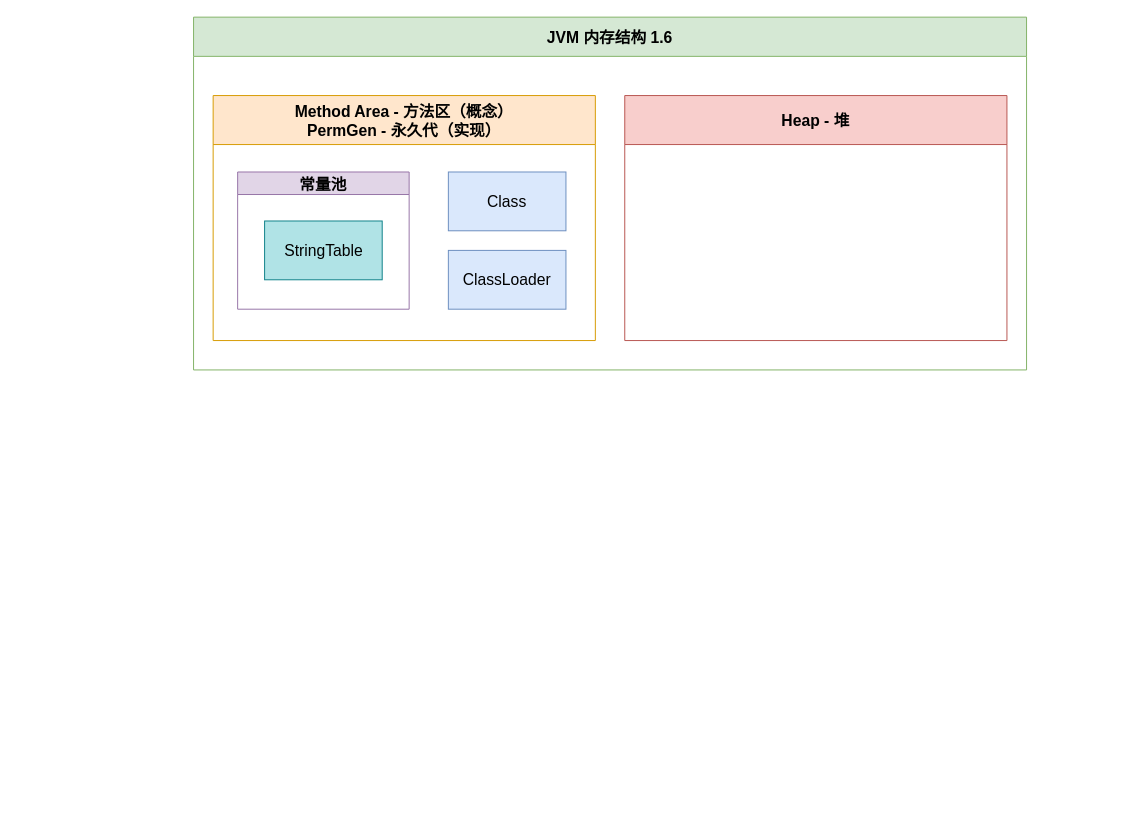
The draw.io diagram assets/JVM内存结构.drawio in chiangwanyi/Notes, before the edit. Source tidied: cells renumbered, new cells numbered last; positions are measured from the earlier drawing's top-left corner, leaving out a move shared by most shapes. Both pictures are drawn from the tidied source at 98%, with x=0, y=0 at pixel (193, 17).
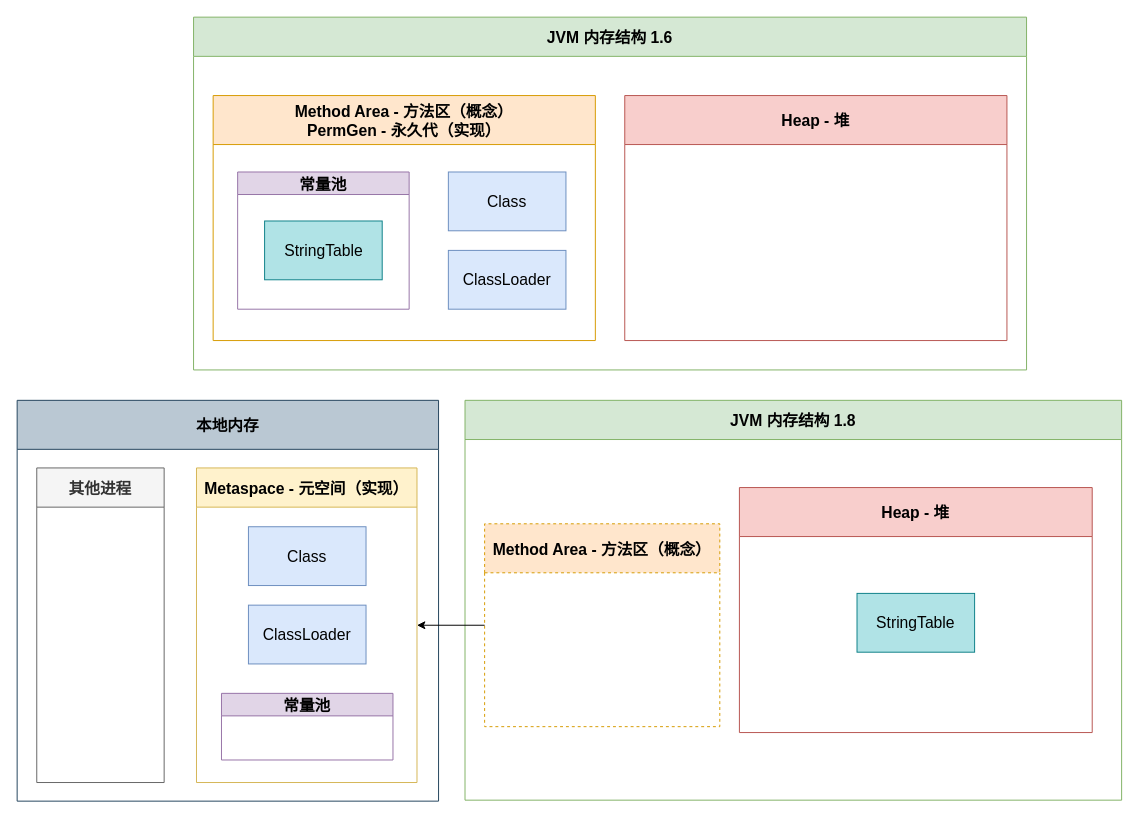
After the change.

Commit message:
更新JVM内存结构.drawio

What changed in the source:
```diff
@@
 <mxGraphModel>
   <root>
     <mxCell id="0" />
     <mxCell id="1" parent="0" />
     <mxCell id="2" value="JVM 内存结构 1.6" style="swimlane;fontSize=16;startSize=40;labelBackgroundColor=none;fillColor=#d5e8d4;strokeColor=#82b366;swimlaneLine=1;swimlaneFillColor=default;" parent="1" vertex="1">
       <mxGeometry width="850" height="360" as="geometry" />
     </mxCell>
     <mxCell id="3" value="Method Area - 方法区（概念）&#10;PermGen - 永久代（实现）" style="swimlane;startSize=50;fontSize=16;fillColor=#ffe6cc;strokeColor=#d79b00;" parent="2" vertex="1">
       <mxGeometry x="20" y="80" width="390" height="250" as="geometry" />
     </mxCell>
     <mxCell id="4" value="常量池" style="swimlane;fontSize=16;fillColor=#e1d5e7;strokeColor=#9673a6;" parent="3" vertex="1">
       <mxGeometry x="25" y="78" width="175" height="140" as="geometry" />
     </mxCell>
     <mxCell id="5" value="StringTable" style="rounded=0;whiteSpace=wrap;html=1;fontSize=16;fillColor=#b0e3e6;strokeColor=#0e8088;" parent="4" vertex="1">
       <mxGeometry x="27.5" y="50" width="120" height="60" as="geometry" />
     </mxCell>
     <mxCell id="6" value="Class" style="rounded=0;whiteSpace=wrap;html=1;fontSize=16;fillColor=#dae8fc;strokeColor=#6c8ebf;" parent="3" vertex="1">
       <mxGeometry x="240" y="78" width="120" height="60" as="geometry" />
     </mxCell>
     <mxCell id="7" value="ClassLoader" style="rounded=0;whiteSpace=wrap;html=1;fontSize=16;fillColor=#dae8fc;strokeColor=#6c8ebf;" parent="3" vertex="1">
       <mxGeometry x="240" y="158" width="120" height="60" as="geometry" />
     </mxCell>
     <mxCell id="8" value="Heap - 堆" style="swimlane;startSize=50;fontSize=16;fillColor=#f8cecc;strokeColor=#b85450;" parent="2" vertex="1">
       <mxGeometry x="440" y="80" width="390" height="250" as="geometry" />
     </mxCell>
+    <mxCell id="9" value="JVM 内存结构 1.8" style="swimlane;fontSize=16;startSize=40;labelBackgroundColor=none;fillColor=#d5e8d4;strokeColor=#82b366;swimlaneLine=1;swimlaneFillColor=default;" parent="1" vertex="1">
+      <mxGeometry x="277" y="391" width="670" height="408" as="geometry" />
+    </mxCell>
+    <mxCell id="10" value="Heap - 堆" style="swimlane;startSize=50;fontSize=16;fillColor=#f8cecc;strokeColor=#b85450;" parent="9" vertex="1">
+      <mxGeometry x="280" y="89" width="360" height="250" as="geometry" />
+    </mxCell>
+    <mxCell id="11" value="StringTable" style="rounded=0;whiteSpace=wrap;html=1;fontSize=16;fillColor=#b0e3e6;strokeColor=#0e8088;" parent="10" vertex="1">
+      <mxGeometry x="120" y="108" width="120" height="60" as="geometry" />
+    </mxCell>
+    <mxCell id="12" value="Method Area - 方法区（概念）" style="swimlane;labelBackgroundColor=none;fontSize=16;fillColor=#ffe6cc;startSize=50;dashed=1;strokeColor=#d79b00;" parent="9" vertex="1">
+      <mxGeometry x="20" y="126" width="240" height="207" as="geometry" />
+    </mxCell>
+    <mxCell id="13" value="本地内存" style="swimlane;startSize=50;fontSize=16;fillColor=#bac8d3;strokeColor=#23445d;" parent="1" vertex="1">
+      <mxGeometry x="-180" y="391" width="430" height="409" as="geometry" />
+    </mxCell>
+    <mxCell id="14" value="Metaspace - 元空间（实现）" style="swimlane;fontSize=16;fillColor=#fff2cc;strokeColor=#d6b656;startSize=40;" parent="13" vertex="1">
+      <mxGeometry x="183" y="69" width="225" height="321" as="geometry" />
+    </mxCell>
+    <mxCell id="15" value="Class" style="rounded=0;whiteSpace=wrap;html=1;fontSize=16;fillColor=#dae8fc;strokeColor=#6c8ebf;" parent="14" vertex="1">
+      <mxGeometry x="53" y="60" width="120" height="60" as="geometry" />
+    </mxCell>
+    <mxCell id="16" value="ClassLoader" style="rounded=0;whiteSpace=wrap;html=1;fontSize=16;fillColor=#dae8fc;strokeColor=#6c8ebf;" parent="14" vertex="1">
+      <mxGeometry x="53" y="140" width="120" height="60" as="geometry" />
+    </mxCell>
+    <mxCell id="17" value="常量池" style="swimlane;fontSize=16;fillColor=#e1d5e7;strokeColor=#9673a6;" parent="14" vertex="1">
+      <mxGeometry x="25.5" y="230" width="175" height="68" as="geometry" />
+    </mxCell>
+    <mxCell id="18" value="其他进程" style="swimlane;fontSize=16;fillColor=#f5f5f5;strokeColor=#666666;startSize=40;fontColor=#333333;" parent="13" vertex="1">
+      <mxGeometry x="20" y="69" width="130" height="321" as="geometry" />
+    </mxCell>
+    <mxCell id="19" style="edgeStyle=orthogonalEdgeStyle;rounded=0;jettySize=auto;html=1;exitX=0;exitY=0.5;exitDx=0;exitDy=0;entryX=1;entryY=0.5;entryDx=0;entryDy=0;fontSize=16;" parent="1" edge="1" source="12" target="14">
+      <mxGeometry relative="1" as="geometry" />
+    </mxCell>
   </root>
 </mxGraphModel>
```
